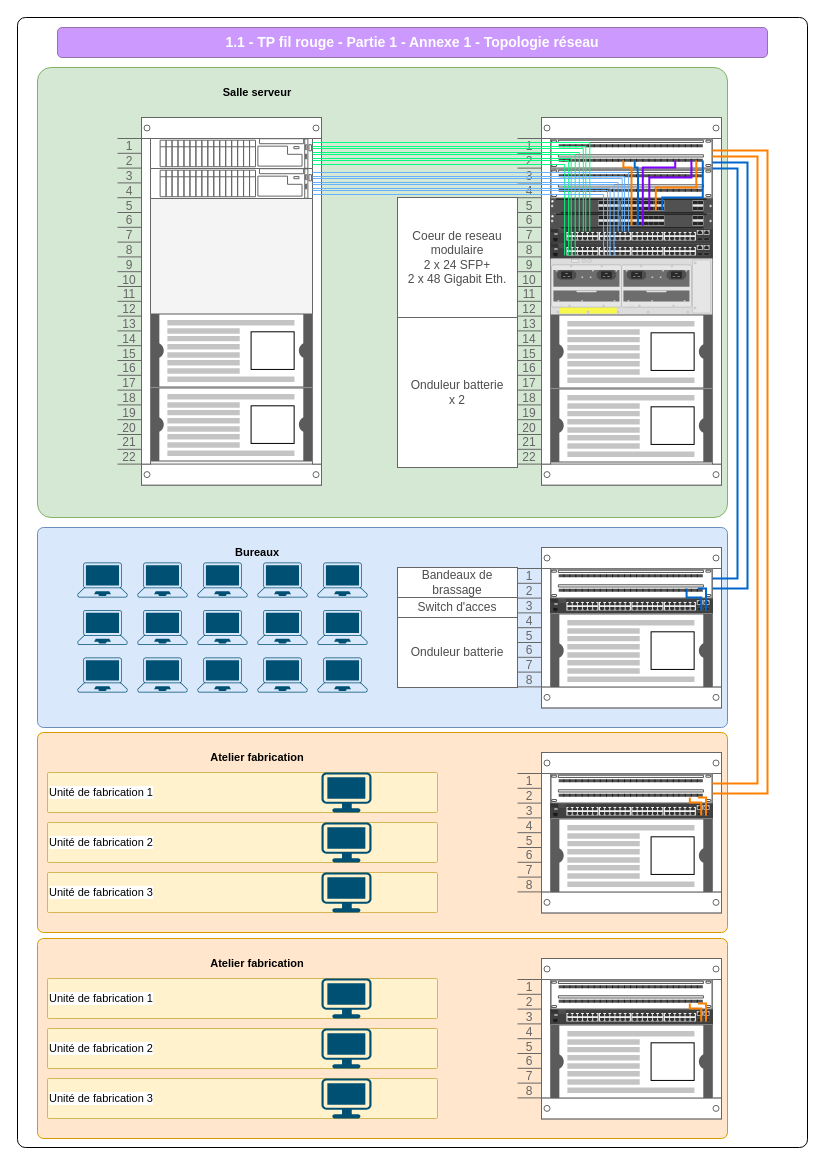
The draw.io diagram page "Topologie" (2 of 4) of 1-1-Materiel-physique/1.1-TP-part2.drawio in No-Name-Academy/Networking-for-noobs, before the edit. Source tidied: cells renumbered, new cells numbered last; positions are measured from the earlier drawing's top-left corner, leaving out a move shared by most shapes. Both pictures are drawn from the tidied source at 100%, with x=0, y=0 at pixel (17, 17).
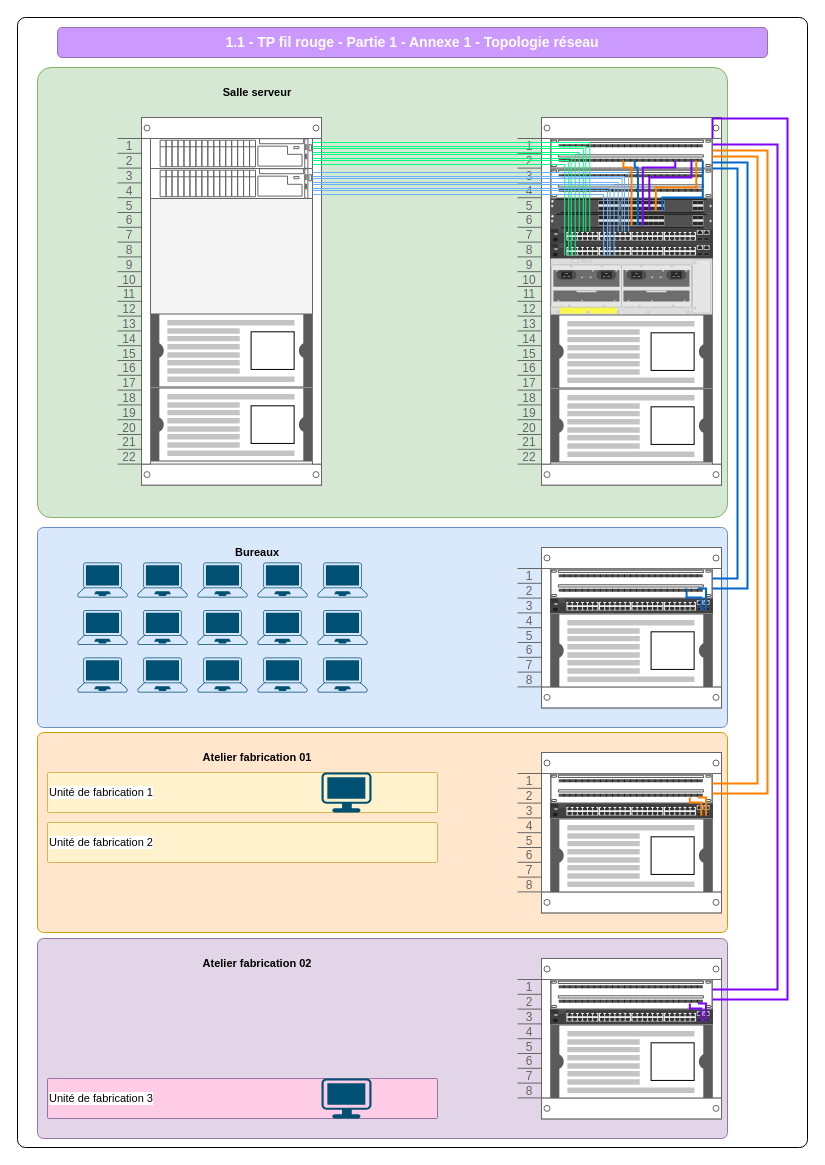
Above is the later version.

The change refers to these unchanged cells:
```xml
<mxCell id="23" style="strokeColor=#666666;html=1;labelPosition=right;align=left;spacingLeft=15;shadow=0;dashed=0;outlineConnect=0;shape=mxgraph.rack.general.cat5e_enhanced_patch_panel_48_ports;points=[[0.06,0.73,0,0,0],[0.1,0.73,0,0,0],[0.13,0.73,0,0,0],[0.16,0.73,0,0,0],[0.19,0.73,0,0,0],[0.23,0.73,0,0,0],[0.26,0.73,0,0,0],[0.29,0.73,0,0,0],[0.32,0.73,0,0,0],[0.35,0.73,0,0,0],[0.39,0.73,0,0,0],[0.42,0.73,0,0,0],[0.45,0.73,0,0,0],[0.48,0.73,0,0,0],[0.52,0.73,0,0,0],[0.55,0.73,0,0,0],[0.58,0.73,0,0,0],[0.61,0.73,0,0,0],[0.65,0.73,0,0,0],[0.68,0.73,0,0,0],[0.71,0.73,0,0,0],[0.74,0.73,0,0,0],[0.77,0.73,0,0,0],[0.81,0.73,0,0,0],[0.84,0.73,0,0,0],[0.87,0.73,0,0,0],[0.9,0.73,0,0,0],[0.94,0.73,0,0,0],[1,0,0,0,0],[1,0.2,0,0,0],[1,0.4,0,0,0],[1,0.6,0,0,0],[1,0.8,0,0,0],[1,1,0,0,0]];" parent="22" vertex="1">
  <mxGeometry x="33" y="21" width="162" height="30" as="geometry" />
</mxCell>
<mxCell id="88" style="strokeColor=#666666;html=1;verticalLabelPosition=bottom;labelBackgroundColor=#ffffff;verticalAlign=top;shadow=0;dashed=0;shape=mxgraph.rackGeneral.rackCabinet3;fillColor2=#f4f4f4;allowGaps=1;textColor=#666666;numDisp=ascend;" parent="1" vertex="1">
  <mxGeometry x="500" y="941" width="204" height="160" as="geometry" />
</mxCell>
<mxCell id="89" style="strokeColor=#666666;html=1;labelPosition=right;align=left;spacingLeft=15;shadow=0;dashed=0;outlineConnect=0;shape=mxgraph.rack.general.cat5e_enhanced_patch_panel_48_ports;points=[[0.86,0.8,0,0,0],[0.91,0.8,0,0,0],[1,0.33,0,0,0],[1,0.67,0,0,0]];" parent="88" vertex="1">
  <mxGeometry x="33" y="21" width="162" height="30" as="geometry" />
</mxCell>
<mxCell id="90" style="html=1;verticalLabelPosition=bottom;verticalAlign=top;outlineConnect=0;shadow=0;dashed=0;shape=mxgraph.rack.hpe_aruba.switches.j9781a_2530_48_front;points=[[0.12,0.6,0,0,0],[0.23,0.6,0,0,0],[0.34,0.6,0,0,0],[0.45,0.6,0,0,0],[0.56,0.6,0,0,0],[0.67,0.6,0,0,0],[0.78,0.6,0,0,0],[0.86,0.6,0,0,0],[0.93,0.8,0,0,0],[0.96,0.8,0,0,0]];" parent="88" vertex="1">
  <mxGeometry x="33" y="51" width="162" height="15" as="geometry" />
</mxCell>
```

Change to the diagram source:
```diff
@@
-    <mxCell id="5" value="Unité de fabrication 3" style="rounded=1;whiteSpace=wrap;html=1;fontFamily=Helvetica;fontSize=11;labelBackgroundColor=default;fillColor=#fff2cc;arcSize=3;strokeColor=#d6b656;align=left;" parent="1" vertex="1">
-      <mxGeometry x="30" y="855" width="390" height="40" as="geometry" />
-    </mxCell>
@@
-    <mxCell id="41" value="Coeur de reseau modulaire&lt;div&gt;2 x 24 SFP+&lt;/div&gt;&lt;div&gt;2 x 48 Gigabit Eth.&lt;/div&gt;" style="rounded=0;whiteSpace=wrap;html=1;strokeColor=#666666;fontColor=#4D4D4D;" parent="1" vertex="1">
-      <mxGeometry x="380" y="180" width="120" height="120" as="geometry" />
-    </mxCell>
-    <mxCell id="42" value="Onduleur batterie&lt;div&gt;x 2&lt;/div&gt;" style="rounded=0;whiteSpace=wrap;html=1;strokeColor=#666666;fontColor=#4D4D4D;" parent="1" vertex="1">
-      <mxGeometry x="380" y="300" width="120" height="150" as="geometry" />
-    </mxCell>
-    <mxCell id="43" value="Bandeaux de brassage" style="rounded=0;whiteSpace=wrap;html=1;strokeColor=#666666;fontColor=#4D4D4D;" parent="1" vertex="1">
-      <mxGeometry x="380" y="550" width="120" height="30" as="geometry" />
-    </mxCell>
-    <mxCell id="44" value="Switch d'acces" style="rounded=0;whiteSpace=wrap;html=1;strokeColor=#666666;fontColor=#4D4D4D;" parent="1" vertex="1">
-      <mxGeometry x="380" y="580" width="120" height="20" as="geometry" />
-    </mxCell>
-    <mxCell id="45" value="Onduleur batterie" style="rounded=0;whiteSpace=wrap;html=1;strokeColor=#666666;fontColor=#4D4D4D;" parent="1" vertex="1">
-      <mxGeometry x="380" y="600" width="120" height="70" as="geometry" />
-    </mxCell>
@@
-    <mxCell id="65" value="Atelier fabrication" style="text;html=1;align=center;verticalAlign=middle;whiteSpace=wrap;rounded=0;fontFamily=Helvetica;fontSize=11;fontColor=default;labelBackgroundColor=none;fontStyle=1;" parent="1" vertex="1">
+    <mxCell id="65" value="Atelier fabrication 01" style="text;html=1;align=center;verticalAlign=middle;whiteSpace=wrap;rounded=0;fontFamily=Helvetica;fontSize=11;fontColor=default;labelBackgroundColor=none;fontStyle=1;" parent="1" vertex="1">
       <mxGeometry x="50" y="725" width="380" height="30" as="geometry" />
     </mxCell>
@@
-    <mxCell id="82" style="verticalLabelPosition=bottom;sketch=0;html=1;verticalAlign=top;align=center;shape=mxgraph.cisco19.workstation;fillColor=#005073;strokeColor=none;" parent="1" vertex="1">
-      <mxGeometry x="304" y="805" width="50" height="40" as="geometry" />
-    </mxCell>
-    <mxCell id="83" style="verticalLabelPosition=bottom;sketch=0;html=1;verticalAlign=top;align=center;shape=mxgraph.cisco19.workstation;fillColor=#005073;strokeColor=none;" parent="1" vertex="1">
-      <mxGeometry x="304" y="855" width="50" height="40" as="geometry" />
-    </mxCell>
-    <mxCell id="84" style="rounded=1;whiteSpace=wrap;html=1;fontFamily=Helvetica;fontSize=11;labelBackgroundColor=default;fillColor=#ffe6cc;arcSize=3;strokeColor=#d79b00;" parent="1" vertex="1">
+    <mxCell id="84" style="rounded=1;whiteSpace=wrap;html=1;fontFamily=Helvetica;fontSize=11;labelBackgroundColor=default;fillColor=#e1d5e7;arcSize=3;strokeColor=#9673a6;" parent="1" vertex="1">
       <mxGeometry x="20" y="921" width="690" height="200" as="geometry" />
     </mxCell>
-    <mxCell id="85" value="Unité de fabrication 3" style="rounded=1;whiteSpace=wrap;html=1;fontFamily=Helvetica;fontSize=11;labelBackgroundColor=default;fillColor=#fff2cc;arcSize=3;strokeColor=#d6b656;align=left;" parent="1" vertex="1">
+    <mxCell id="85" value="Unité de fabrication 3" style="rounded=1;whiteSpace=wrap;html=1;fontFamily=Helvetica;fontSize=11;labelBackgroundColor=default;fillColor=#FFCCE6;arcSize=3;strokeColor=#9673a6;align=left;" parent="1" vertex="1">
       <mxGeometry x="30" y="1061" width="390" height="40" as="geometry" />
     </mxCell>
-    <mxCell id="86" value="Unité de fabrication 2" style="rounded=1;whiteSpace=wrap;html=1;fontFamily=Helvetica;fontSize=11;labelBackgroundColor=default;fillColor=#fff2cc;arcSize=3;strokeColor=#d6b656;align=left;" parent="1" vertex="1">
-      <mxGeometry x="30" y="1011" width="390" height="40" as="geometry" />
-    </mxCell>
-    <mxCell id="87" value="Unité de fabrication 1" style="rounded=1;whiteSpace=wrap;html=1;fontFamily=Helvetica;fontSize=11;labelBackgroundColor=default;fillColor=#fff2cc;arcSize=3;strokeColor=#d6b656;align=left;" parent="1" vertex="1">
-      <mxGeometry x="30" y="961" width="390" height="40" as="geometry" />
-    </mxCell>
@@
-    <mxCell id="92" style="edgeStyle=orthogonalEdgeStyle;shape=connector;rounded=0;jettySize=auto;html=1;exitX=0.91;exitY=0.8;exitDx=0;exitDy=0;exitPerimeter=0;entryX=0.96;entryY=0.8;entryDx=0;entryDy=0;entryPerimeter=0;strokeColor=#FF8000;strokeWidth=2;align=center;verticalAlign=middle;fontFamily=Helvetica;fontSize=11;fontColor=default;labelBackgroundColor=default;endArrow=none;endFill=0;" parent="88" edge="1" source="89" target="90">
+    <mxCell id="92" style="edgeStyle=orthogonalEdgeStyle;shape=connector;rounded=0;jettySize=auto;html=1;exitX=0.91;exitY=0.8;exitDx=0;exitDy=0;exitPerimeter=0;entryX=0.96;entryY=0.8;entryDx=0;entryDy=0;entryPerimeter=0;strokeColor=#7F00FF;strokeWidth=2;align=center;verticalAlign=middle;fontFamily=Helvetica;fontSize=11;fontColor=default;labelBackgroundColor=default;endArrow=none;endFill=0;" parent="88" edge="1" source="89" target="90">
       <mxGeometry relative="1" as="geometry" />
     </mxCell>
-    <mxCell id="93" style="edgeStyle=orthogonalEdgeStyle;shape=connector;rounded=0;jettySize=auto;html=1;exitX=0.86;exitY=0.8;exitDx=0;exitDy=0;exitPerimeter=0;entryX=0.93;entryY=0.8;entryDx=0;entryDy=0;entryPerimeter=0;strokeColor=#FF8000;strokeWidth=2;align=center;verticalAlign=middle;fontFamily=Helvetica;fontSize=11;fontColor=default;labelBackgroundColor=default;endArrow=none;endFill=0;" parent="88" edge="1" source="89" target="90">
+    <mxCell id="93" style="edgeStyle=orthogonalEdgeStyle;shape=connector;rounded=0;jettySize=auto;html=1;exitX=0.86;exitY=0.8;exitDx=0;exitDy=0;exitPerimeter=0;entryX=0.93;entryY=0.8;entryDx=0;entryDy=0;entryPerimeter=0;strokeColor=#7F00FF;strokeWidth=2;align=center;verticalAlign=middle;fontFamily=Helvetica;fontSize=11;fontColor=default;labelBackgroundColor=default;endArrow=none;endFill=0;" parent="88" edge="1" source="89" target="90">
       <mxGeometry relative="1" as="geometry">
         <Array as="points">
           <mxPoint x="172" y="50" />
           <mxPoint x="184" y="50" />
         </Array>
       </mxGeometry>
     </mxCell>
-    <mxCell id="94" value="Atelier fabrication" style="text;html=1;align=center;verticalAlign=middle;whiteSpace=wrap;rounded=0;fontFamily=Helvetica;fontSize=11;fontColor=default;labelBackgroundColor=none;fontStyle=1;" parent="1" vertex="1">
+    <mxCell id="94" value="Atelier fabrication 02" style="text;html=1;align=center;verticalAlign=middle;whiteSpace=wrap;rounded=0;fontFamily=Helvetica;fontSize=11;fontColor=default;labelBackgroundColor=none;fontStyle=1;" parent="1" vertex="1">
       <mxGeometry x="50" y="931" width="380" height="30" as="geometry" />
     </mxCell>
-    <mxCell id="95" style="verticalLabelPosition=bottom;sketch=0;html=1;verticalAlign=top;align=center;shape=mxgraph.cisco19.workstation;fillColor=#005073;strokeColor=none;" parent="1" vertex="1">
-      <mxGeometry x="304" y="961" width="50" height="40" as="geometry" />
-    </mxCell>
-    <mxCell id="96" style="verticalLabelPosition=bottom;sketch=0;html=1;verticalAlign=top;align=center;shape=mxgraph.cisco19.workstation;fillColor=#005073;strokeColor=none;" parent="1" vertex="1">
-      <mxGeometry x="304" y="1011" width="50" height="40" as="geometry" />
-    </mxCell>
@@
+    <mxCell id="98" style="edgeStyle=orthogonalEdgeStyle;shape=connector;rounded=0;jettySize=auto;html=1;exitX=1;exitY=0.33;exitDx=0;exitDy=0;exitPerimeter=0;entryX=1;entryY=0.2;entryDx=0;entryDy=0;entryPerimeter=0;strokeColor=#7F00FF;strokeWidth=2;align=center;verticalAlign=middle;fontFamily=Helvetica;fontSize=11;fontColor=default;labelBackgroundColor=default;endArrow=none;endFill=0;" parent="1" edge="1" source="89" target="23">
+      <mxGeometry relative="1" as="geometry">
+        <Array as="points">
+          <mxPoint x="760" y="972" />
+          <mxPoint x="760" y="127" />
+        </Array>
+      </mxGeometry>
+    </mxCell>
+    <mxCell id="99" style="edgeStyle=orthogonalEdgeStyle;shape=connector;rounded=0;jettySize=auto;html=1;exitX=1;exitY=0;exitDx=0;exitDy=0;exitPerimeter=0;entryX=1;entryY=0.67;entryDx=0;entryDy=0;entryPerimeter=0;strokeColor=#7F00FF;strokeWidth=2;align=center;verticalAlign=middle;fontFamily=Helvetica;fontSize=11;fontColor=default;labelBackgroundColor=default;endArrow=none;endFill=0;" parent="1" edge="1" source="23" target="89">
+      <mxGeometry relative="1" as="geometry">
+        <Array as="points">
+          <mxPoint x="695" y="101" />
+          <mxPoint x="770" y="101" />
+          <mxPoint x="770" y="982" />
+        </Array>
+      </mxGeometry>
+    </mxCell>
```
